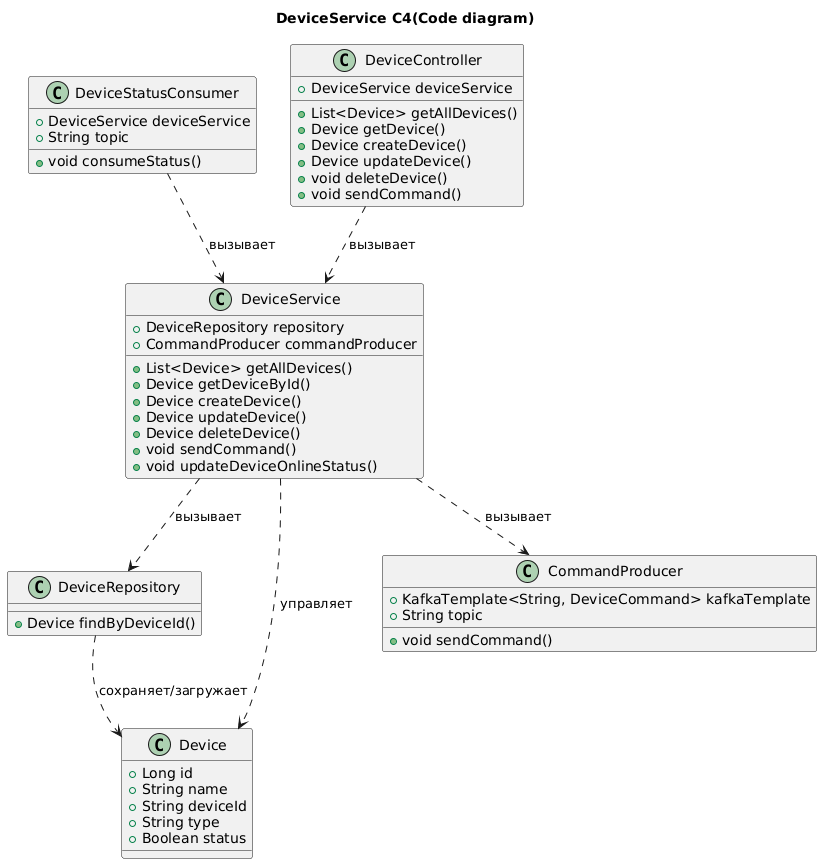
The PlantUML diagram schemas/code/device_service/code_deviceservice.png in Maksina/Yandex-Practicum---Project-1, before a commit. Source of this version:
```plantuml
@startuml
title DeviceService C4(Code diagram)

top to bottom direction

class DeviceRepository {
    +Device findByDeviceId()
}

class Device {
    +Long id
    +String name
    +String deviceId
    +String type
    +Boolean status
}

class CommandProducer {
    +KafkaTemplate<String, DeviceCommand> kafkaTemplate
    +String topic
    +void sendCommand()
}

class DeviceStatusConsumer {
    +DeviceService deviceService
    +String topic
    +void consumeStatus()
}


class DeviceService {
    +DeviceRepository repository
    +CommandProducer commandProducer
    +List<Device> getAllDevices()
    +Device getDeviceById()
    +Device createDevice()
    +Device updateDevice()
    +Device deleteDevice()
    +void sendCommand()
    +void updateDeviceOnlineStatus()
}

class DeviceController {
    +DeviceService deviceService
    +List<Device> getAllDevices()
    +Device getDevice()
    +Device createDevice()
    +Device updateDevice()
    +void deleteDevice()
    +void sendCommand()

}

DeviceController ..> DeviceService : вызывает
DeviceService ..> DeviceRepository : вызывает
DeviceService ..> CommandProducer : вызывает
DeviceStatusConsumer ..> DeviceService : вызывает
DeviceService ..> Device : управляет
DeviceRepository ..> Device : сохраняет/загружает
@enduml
```
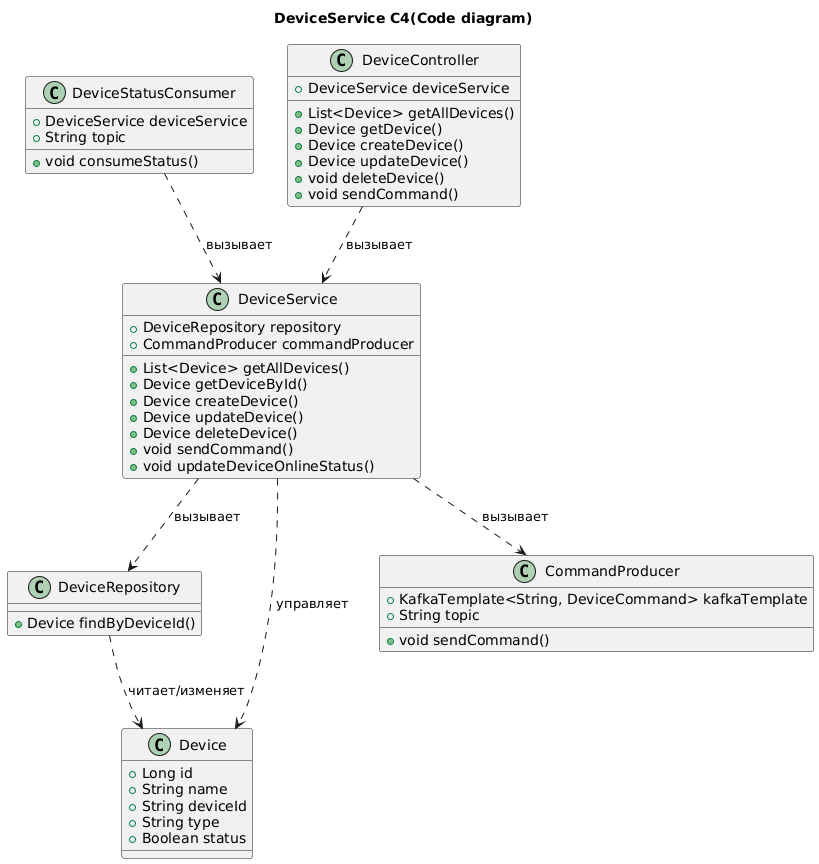
The same diagram one commit later.

Change to the diagram source:
```diff
@@ -56,5 +56,5 @@
 DeviceService ..> CommandProducer : вызывает
 DeviceStatusConsumer ..> DeviceService : вызывает
 DeviceService ..> Device : управляет
-DeviceRepository ..> Device : сохраняет/загружает
+DeviceRepository ..> Device : читает/изменяет
 @enduml
```
